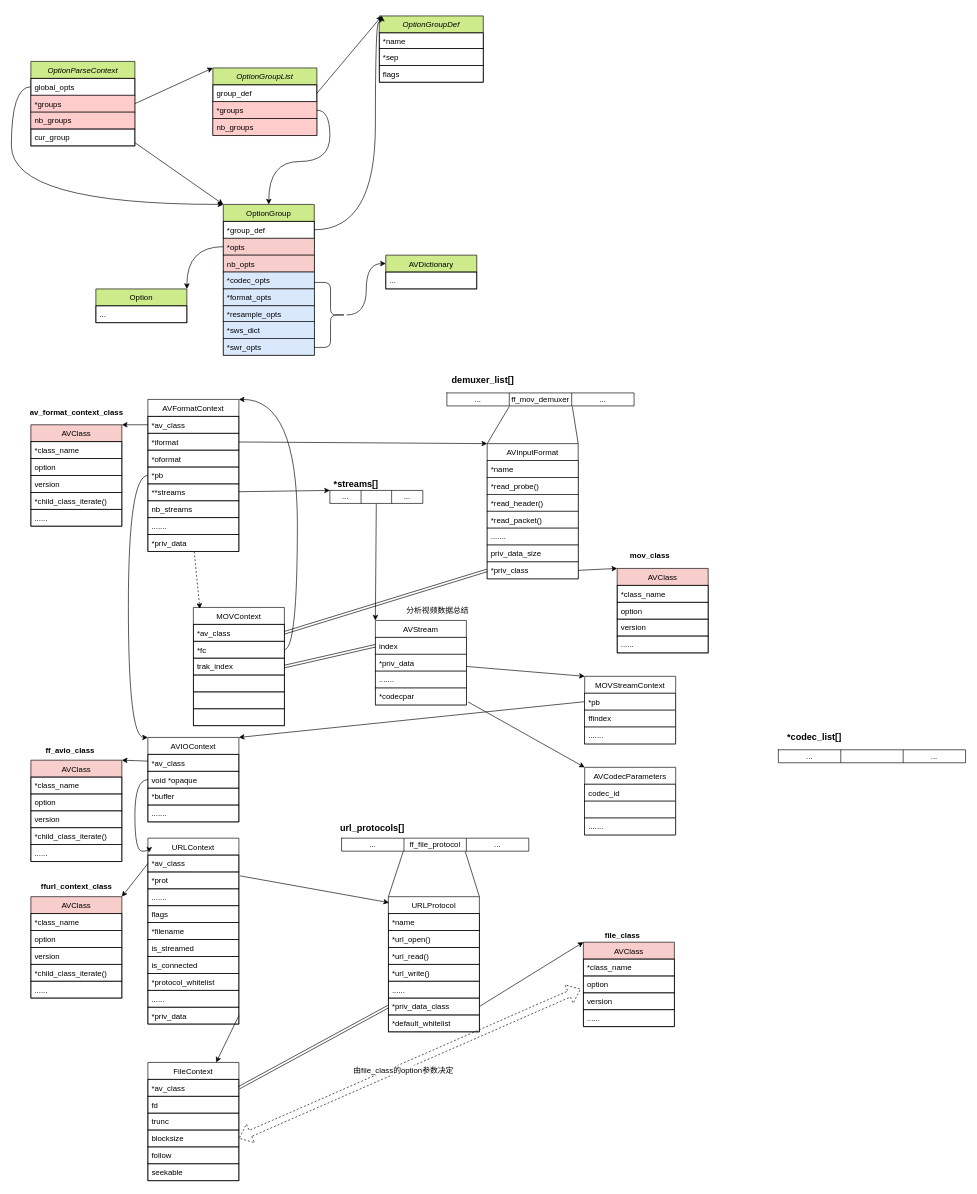
Earlier version of the draw.io diagram ffmpeg.drawio (qiaoshouxing/draw.io). Source tidied: cells renumbered, new cells numbered last; positions are measured from the earlier drawing's top-left corner, leaving out a move shared by most shapes. Both pictures are drawn from the tidied source at 65%, with x=0, y=0 at pixel (11, 16).
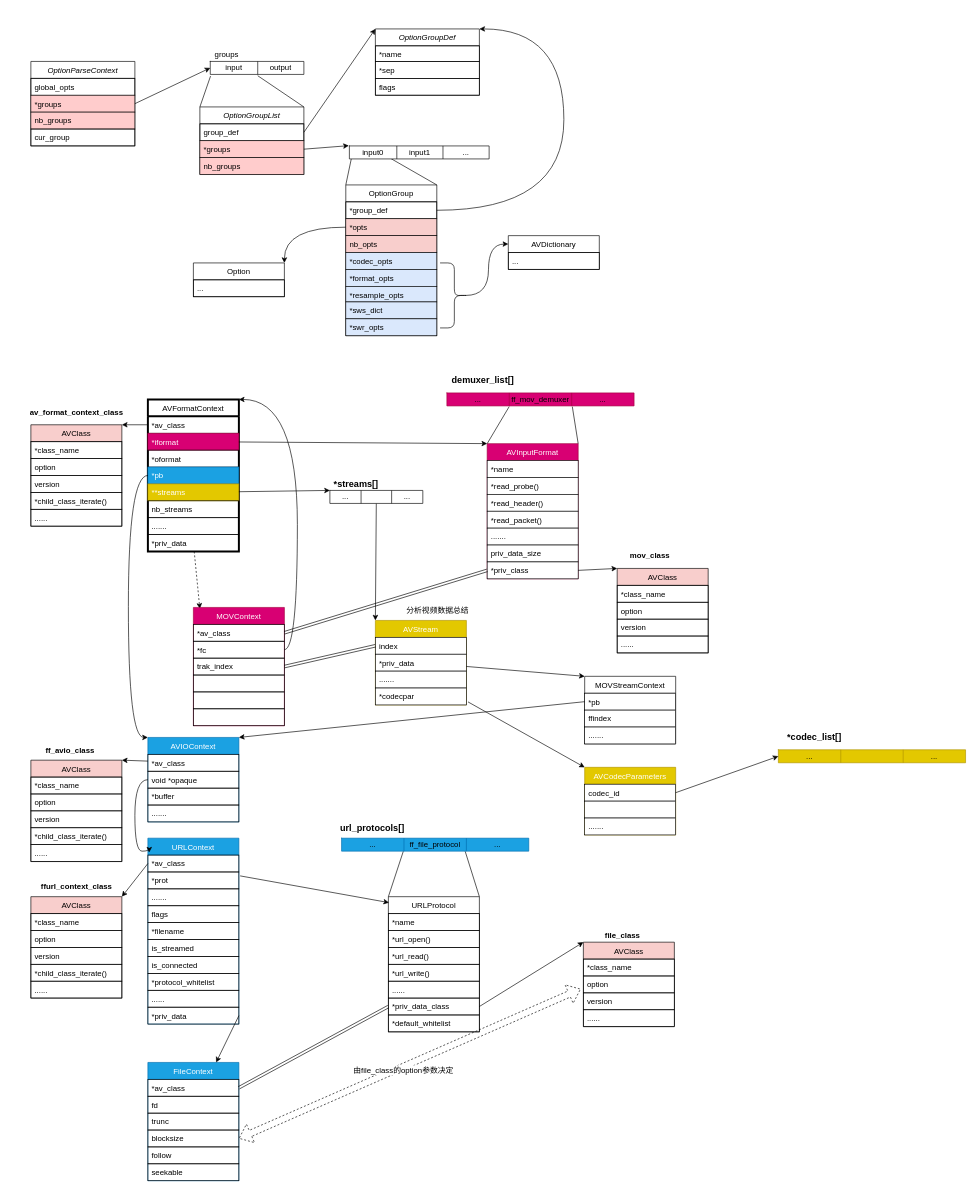
The same diagram, later.

The change refers to these unchanged cells:
```xml
<mxCell id="3" value="global_opts" style="text;align=left;verticalAlign=top;spacingLeft=4;spacingRight=4;overflow=hidden;points=[[0,0.5],[1,0.5]];portConstraint=eastwest;strokeColor=#000000;" parent="2" vertex="1">
  <mxGeometry y="26" width="160" height="26" as="geometry" />
</mxCell>
<mxCell id="4" value="*groups" style="text;align=left;verticalAlign=top;spacingLeft=4;spacingRight=4;overflow=hidden;points=[[0,0.5],[1,0.5]];portConstraint=eastwest;rounded=0;shadow=0;html=0;fillColor=#ffcccc;strokeColor=#000000;" parent="2" vertex="1">
  <mxGeometry y="52" width="160" height="26" as="geometry" />
</mxCell>
<mxCell id="8" value="group_def" style="text;align=left;verticalAlign=top;spacingLeft=4;spacingRight=4;overflow=hidden;points=[[0,0.5],[1,0.5]];portConstraint=eastwest;strokeColor=#000000;" parent="7" vertex="1">
  <mxGeometry y="26" width="160" height="26" as="geometry" />
</mxCell>
<mxCell id="9" value="*groups" style="text;align=left;verticalAlign=top;spacingLeft=4;spacingRight=4;overflow=hidden;points=[[0,0.5],[1,0.5]];portConstraint=eastwest;rounded=0;shadow=0;html=0;fillColor=#ffcccc;strokeColor=#000000;" parent="7" vertex="1">
  <mxGeometry y="52" width="160" height="26" as="geometry" />
</mxCell>
<mxCell id="13" value="*group_def" style="text;fillColor=none;align=left;verticalAlign=top;spacingLeft=4;spacingRight=4;overflow=hidden;points=[[0,0.5],[1,0.5]];portConstraint=eastwest;strokeColor=#000000;" parent="12" vertex="1">
  <mxGeometry y="26" width="140" height="26" as="geometry" />
</mxCell>
<mxCell id="178" value="codec_id" style="text;align=left;verticalAlign=top;spacingLeft=4;spacingRight=4;overflow=hidden;points=[[0,0.5],[1,0.5]];portConstraint=eastwest;fillColor=#ffffff;strokeColor=#000000;" parent="177" vertex="1">
  <mxGeometry y="26" width="140" height="26" as="geometry" />
</mxCell>
<mxCell id="184" style="shape=partialRectangle;html=1;whiteSpace=wrap;fillColor=none;top=0;left=0;bottom=0;right=0;points=[[0,0.5],[1,0.5]];portConstraint=eastwest;" parent="183" vertex="1">
  <mxGeometry width="288" height="20" as="geometry" />
</mxCell>
```

Change to the diagram source:
```diff
@@
-    <mxCell id="2" value="OptionParseContext" style="swimlane;fontStyle=2;align=center;verticalAlign=top;horizontal=1;startSize=26;rounded=0;shadow=0;strokeWidth=1;fillColor=#cdeb8b;" parent="1" vertex="1">
+    <mxCell id="2" value="OptionParseContext" style="swimlane;fontStyle=2;align=center;verticalAlign=top;horizontal=1;startSize=26;rounded=0;shadow=0;strokeWidth=1;fillColor=none;" parent="1" vertex="1">
       <mxGeometry x="30" y="70" width="160" height="130" as="geometry" />
     </mxCell>
@@
-    <mxCell id="7" value="OptionGroupList" style="swimlane;fontStyle=2;align=center;verticalAlign=top;horizontal=1;startSize=26;rounded=0;shadow=0;strokeWidth=1;fillColor=#cdeb8b;" parent="1" vertex="1">
-      <mxGeometry x="310" y="80" width="160" height="104" as="geometry" />
+    <mxCell id="7" value="OptionGroupList" style="swimlane;fontStyle=2;align=center;verticalAlign=top;horizontal=1;startSize=26;rounded=0;shadow=0;strokeWidth=1;fillColor=none;" parent="1" vertex="1">
+      <mxGeometry x="290" y="140" width="160" height="104" as="geometry" />
     </mxCell>
@@
-    <mxCell id="11" style="rounded=0;jettySize=auto;html=1;entryX=0;entryY=0;entryDx=0;entryDy=0;exitX=1;exitY=0.5;exitDx=0;exitDy=0;" parent="1" edge="1" source="4" target="7">
+    <mxCell id="11" style="rounded=0;jettySize=auto;html=1;exitX=1;exitY=0.5;exitDx=0;exitDy=0;entryX=0;entryY=0.5;entryDx=0;entryDy=0;" parent="1" edge="1" source="4" target="193">
       <mxGeometry relative="1" as="geometry" />
     </mxCell>
-    <mxCell id="12" value="OptionGroup" style="swimlane;fontStyle=0;horizontal=1;startSize=26;fillColor=#cdeb8b;" parent="1" vertex="1">
-      <mxGeometry x="326" y="290" width="140" height="232" as="geometry" />
+    <mxCell id="12" value="OptionGroup" style="swimlane;fontStyle=0;horizontal=1;startSize=26;fillColor=none;" parent="1" vertex="1">
+      <mxGeometry x="514.5" y="260" width="140" height="232" as="geometry" />
     </mxCell>
@@
-    <mxCell id="21" style="edgeStyle=orthogonalEdgeStyle;rounded=0;jettySize=auto;html=1;entryX=0.5;entryY=0;entryDx=0;entryDy=0;exitX=1;exitY=0.5;exitDx=0;exitDy=0;curved=1;" parent="1" edge="1" source="9" target="12">
+    <mxCell id="21" style="rounded=0;jettySize=auto;html=1;exitX=1;exitY=0.5;exitDx=0;exitDy=0;entryX=-0.004;entryY=-0.021;entryDx=0;entryDy=0;entryPerimeter=0;" parent="1" edge="1" source="9" target="201">
       <mxGeometry relative="1" as="geometry" />
     </mxCell>
-    <mxCell id="22" value="AVDictionary" style="swimlane;fontStyle=0;horizontal=1;startSize=26;fillColor=#cdeb8b;" parent="1" vertex="1">
-      <mxGeometry x="576" y="368" width="140" height="52" as="geometry" />
+    <mxCell id="22" value="AVDictionary" style="swimlane;fontStyle=0;horizontal=1;startSize=26;fillColor=none;" parent="1" vertex="1">
+      <mxGeometry x="764.5" y="338" width="140" height="52" as="geometry" />
     </mxCell>
@@
-    <mxCell id="24" style="edgeStyle=orthogonalEdgeStyle;curved=1;rounded=0;jettySize=auto;html=1;entryX=0;entryY=0.25;entryDx=0;entryDy=0;" parent="1" edge="1" source="25" target="22">
+    <mxCell id="24" style="edgeStyle=orthogonalEdgeStyle;curved=1;rounded=0;jettySize=auto;html=1;entryX=0;entryY=0.25;entryDx=0;entryDy=0;exitX=0.1;exitY=0.5;exitDx=0;exitDy=0;exitPerimeter=0;" parent="1" edge="1" source="25" target="22">
       <mxGeometry relative="1" as="geometry" />
     </mxCell>
     <mxCell id="25" style="shape=curlyBracket;whiteSpace=wrap;html=1;rounded=1;fillColor=#ffffff;rotation=-180;" parent="1" vertex="1">
-      <mxGeometry x="466" y="410" width="50" height="100" as="geometry" />
+      <mxGeometry x="659.5" y="380" width="44" height="100" as="geometry" />
     </mxCell>
-    <mxCell id="26" value="Option" style="swimlane;fontStyle=0;horizontal=1;startSize=26;fillColor=#cdeb8b;" parent="1" vertex="1">
-      <mxGeometry x="130" y="420" width="140" height="52" as="geometry" />
+    <mxCell id="26" value="Option" style="swimlane;fontStyle=0;horizontal=1;startSize=26;fillColor=none;" parent="1" vertex="1">
+      <mxGeometry x="280" y="380" width="140" height="52" as="geometry" />
     </mxCell>
@@
-    <mxCell id="29" style="rounded=0;jettySize=auto;html=1;entryX=0;entryY=0;entryDx=0;entryDy=0;exitX=1;exitY=0.5;exitDx=0;exitDy=0;" parent="1" edge="1" target="12">
-      <mxGeometry relative="1" as="geometry">
-        <mxPoint x="190" y="195" as="sourcePoint" />
-      </mxGeometry>
-    </mxCell>
-    <mxCell id="30" value="OptionGroupDef" style="swimlane;fontStyle=2;align=center;verticalAlign=top;horizontal=1;startSize=26;rounded=0;shadow=0;strokeWidth=1;fillColor=#cdeb8b;" parent="1" vertex="1">
-      <mxGeometry x="566" width="160" height="102" as="geometry" />
+    <mxCell id="30" value="OptionGroupDef" style="swimlane;fontStyle=2;align=center;verticalAlign=top;horizontal=1;startSize=26;rounded=0;shadow=0;strokeWidth=1;fillColor=none;" parent="1" vertex="1">
+      <mxGeometry x="560" y="20" width="160" height="102" as="geometry" />
     </mxCell>
@@
-    <mxCell id="34" style="edgeStyle=none;rounded=0;jettySize=auto;html=1;exitX=1;exitY=0.5;exitDx=0;exitDy=0;" parent="1" edge="1" source="8">
-      <mxGeometry relative="1" as="geometry">
-        <mxPoint x="570" as="targetPoint" />
-      </mxGeometry>
+    <mxCell id="34" style="edgeStyle=none;rounded=0;jettySize=auto;html=1;exitX=1;exitY=0.5;exitDx=0;exitDy=0;entryX=0;entryY=0;entryDx=0;entryDy=0;" parent="1" edge="1" source="8" target="30">
+      <mxGeometry relative="1" as="geometry" />
     </mxCell>
-    <mxCell id="35" style="edgeStyle=orthogonalEdgeStyle;rounded=0;jettySize=auto;html=1;exitX=1;exitY=0.5;exitDx=0;exitDy=0;curved=1;" parent="1" edge="1" source="13">
-      <mxGeometry relative="1" as="geometry">
-        <mxPoint x="570" as="targetPoint" />
-        <Array as="points">
-          <mxPoint x="560" y="329" />
-          <mxPoint x="560" y="10" />
-          <mxPoint x="570" y="10" />
-        </Array>
-      </mxGeometry>
-    </mxCell>
-    <mxCell id="36" style="edgeStyle=orthogonalEdgeStyle;curved=1;rounded=0;jettySize=auto;html=1;entryX=0;entryY=0;entryDx=0;entryDy=0;exitX=0;exitY=0.5;exitDx=0;exitDy=0;" parent="1" edge="1" source="3" target="12">
-      <mxGeometry relative="1" as="geometry">
-        <Array as="points">
-          <mxPoint y="109" />
-          <mxPoint y="290" />
-        </Array>
-      </mxGeometry>
-    </mxCell>
-    <mxCell id="37" value="URLContext" style="swimlane;fontStyle=0;horizontal=1;startSize=26;fillColor=none;" parent="1" vertex="1">
+    <mxCell id="37" value="URLContext" style="swimlane;fontStyle=0;horizontal=1;startSize=26;fillColor=#1ba1e2;strokeColor=#006EAF;fontColor=#ffffff;" parent="1" vertex="1">
       <mxGeometry x="210" y="1265" width="140" height="286" as="geometry" />
     </mxCell>
@@
-    <mxCell id="64" value="AVIOContext" style="swimlane;fontStyle=0;horizontal=1;startSize=26;fillColor=none;" parent="1" vertex="1">
+    <mxCell id="64" value="AVIOContext" style="swimlane;fontStyle=0;horizontal=1;startSize=26;fillColor=#1ba1e2;strokeColor=#006EAF;fontColor=#ffffff;" parent="1" vertex="1">
       <mxGeometry x="210" y="1110" width="140" height="130" as="geometry" />
     </mxCell>
@@
-    <mxCell id="79" value="AVFormatContext" style="swimlane;fontStyle=0;horizontal=1;startSize=26;fillColor=none;" parent="1" vertex="1">
+    <mxCell id="79" value="AVFormatContext" style="swimlane;fontStyle=0;horizontal=1;startSize=26;rounded=0;glass=0;strokeWidth=3;fontSize=12;labelBackgroundColor=none;" parent="1" vertex="1">
       <mxGeometry x="210" y="590" width="140" height="234" as="geometry" />
     </mxCell>
@@
-    <mxCell id="81" value="*iformat" style="text;fillColor=none;align=left;verticalAlign=top;spacingLeft=4;spacingRight=4;overflow=hidden;points=[[0,0.5],[1,0.5]];portConstraint=eastwest;strokeColor=#000000;" parent="79" vertex="1">
+    <mxCell id="81" value="*iformat" style="text;fillColor=#d80073;align=left;verticalAlign=top;spacingLeft=4;spacingRight=4;overflow=hidden;points=[[0,0.5],[1,0.5]];portConstraint=eastwest;strokeColor=#A50040;fontColor=#ffffff;" parent="79" vertex="1">
       <mxGeometry y="52" width="140" height="26" as="geometry" />
     </mxCell>
@@
-    <mxCell id="83" value="*pb" style="text;fillColor=none;align=left;verticalAlign=top;spacingLeft=4;spacingRight=4;overflow=hidden;points=[[0,0.5],[1,0.5]];portConstraint=eastwest;strokeColor=#000000;" parent="79" vertex="1">
+    <mxCell id="83" value="*pb" style="text;fillColor=#1ba1e2;align=left;verticalAlign=top;spacingLeft=4;spacingRight=4;overflow=hidden;points=[[0,0.5],[1,0.5]];portConstraint=eastwest;strokeColor=#006EAF;fontColor=#ffffff;" parent="79" vertex="1">
       <mxGeometry y="104" width="140" height="26" as="geometry" />
     </mxCell>
-    <mxCell id="84" value="**streams" style="text;fillColor=none;align=left;verticalAlign=top;spacingLeft=4;spacingRight=4;overflow=hidden;points=[[0,0.5],[1,0.5]];portConstraint=eastwest;strokeColor=#000000;" parent="79" vertex="1">
+    <mxCell id="84" value="**streams" style="text;fillColor=#e3c800;align=left;verticalAlign=top;spacingLeft=4;spacingRight=4;overflow=hidden;points=[[0,0.5],[1,0.5]];portConstraint=eastwest;strokeColor=#B09500;fontColor=#ffffff;" parent="79" vertex="1">
       <mxGeometry y="130" width="140" height="26" as="geometry" />
     </mxCell>
@@
-    <mxCell id="89" value="AVInputFormat" style="swimlane;fontStyle=0;horizontal=1;startSize=26;" parent="1" vertex="1">
+    <mxCell id="89" value="AVInputFormat" style="swimlane;fontStyle=0;horizontal=1;startSize=26;fillColor=#d80073;strokeColor=#A50040;fontColor=#ffffff;" parent="1" vertex="1">
       <mxGeometry x="732" y="658" width="140" height="208" as="geometry" />
     </mxCell>
@@
-    <mxCell id="113" style="shape=table;html=1;whiteSpace=wrap;startSize=0;childLayout=tableLayout;fillColor=#ffffff;" parent="1" vertex="1">
+    <mxCell id="113" style="shape=table;html=1;whiteSpace=wrap;startSize=0;childLayout=tableLayout;fillColor=#d80073;strokeColor=#A50040;fontColor=#ffffff;" parent="1" vertex="1">
       <mxGeometry x="670" y="580" width="288" height="20" as="geometry" />
     </mxCell>
@@
-    <mxCell id="121" style="shape=table;html=1;whiteSpace=wrap;startSize=0;childLayout=tableLayout;fillColor=#ffffff;" parent="1" vertex="1">
+    <mxCell id="121" style="shape=table;html=1;whiteSpace=wrap;startSize=0;childLayout=tableLayout;fillColor=#1ba1e2;strokeColor=#006EAF;fontColor=#ffffff;" parent="1" vertex="1">
       <mxGeometry x="508" y="1265" width="288" height="20" as="geometry" />
     </mxCell>
@@
-    <mxCell id="129" value="FileContext" style="swimlane;fontStyle=0;horizontal=1;startSize=26;fillColor=none;" parent="1" vertex="1">
+    <mxCell id="129" value="FileContext" style="swimlane;fontStyle=0;horizontal=1;startSize=26;fillColor=#1ba1e2;strokeColor=#006EAF;fontColor=#ffffff;" parent="1" vertex="1">
       <mxGeometry x="210" y="1610" width="140" height="182" as="geometry" />
     </mxCell>
@@
-    <mxCell id="148" value="MOVContext" style="swimlane;fontStyle=0;horizontal=1;startSize=26;fillColor=none;" parent="1" vertex="1">
+    <mxCell id="148" value="MOVContext" style="swimlane;fontStyle=0;horizontal=1;startSize=26;fillColor=#d80073;strokeColor=#A50040;fontColor=#ffffff;" parent="1" vertex="1">
       <mxGeometry x="280" y="910" width="140" height="182" as="geometry" />
     </mxCell>
@@
-    <mxCell id="164" value="AVStream" style="swimlane;fontStyle=0;horizontal=1;startSize=26;" parent="1" vertex="1">
+    <mxCell id="164" value="AVStream" style="swimlane;fontStyle=0;horizontal=1;startSize=26;fillColor=#e3c800;strokeColor=#B09500;fontColor=#ffffff;" parent="1" vertex="1">
       <mxGeometry x="560" y="930" width="140" height="130" as="geometry" />
     </mxCell>
@@
-    <mxCell id="177" value="AVCodecParameters" style="swimlane;fontStyle=0;horizontal=1;startSize=26;" parent="1" vertex="1">
+    <mxCell id="177" value="AVCodecParameters" style="swimlane;fontStyle=0;horizontal=1;startSize=26;fillColor=#e3c800;strokeColor=#B09500;fontColor=#ffffff;" parent="1" vertex="1">
       <mxGeometry x="882" y="1156" width="140" height="104" as="geometry" />
     </mxCell>
@@
-    <mxCell id="183" style="shape=table;html=1;whiteSpace=wrap;startSize=0;childLayout=tableLayout;fillColor=#ffffff;" parent="1" vertex="1">
+    <mxCell id="183" style="shape=table;html=1;whiteSpace=wrap;startSize=0;childLayout=tableLayout;fillColor=#e3c800;strokeColor=#B09500;fontColor=#ffffff;" parent="1" vertex="1">
       <mxGeometry x="1180" y="1129" width="288" height="20" as="geometry" />
     </mxCell>
@@
+    <mxCell id="189" style="edgeStyle=none;rounded=0;jettySize=auto;html=1;entryX=0;entryY=0.5;entryDx=0;entryDy=0;startArrow=none;startFill=0;endArrow=classic;endFill=1;strokeColor=#000000;strokeWidth=1;fontSize=12;exitX=1;exitY=0.5;exitDx=0;exitDy=0;" parent="1" edge="1" source="178" target="184">
+      <mxGeometry relative="1" as="geometry" />
+    </mxCell>
+    <mxCell id="190" style="edgeStyle=none;rounded=0;jettySize=auto;html=1;entryX=0;entryY=0;entryDx=0;entryDy=0;startArrow=none;startFill=0;endArrow=none;endFill=0;strokeColor=#000000;strokeWidth=1;fontSize=12;fontColor=none;exitX=0.003;exitY=1.126;exitDx=0;exitDy=0;exitPerimeter=0;" parent="1" edge="1" source="193" target="7">
+      <mxGeometry relative="1" as="geometry" />
+    </mxCell>
+    <mxCell id="191" style="edgeStyle=none;rounded=0;jettySize=auto;html=1;entryX=1;entryY=0;entryDx=0;entryDy=0;startArrow=none;startFill=0;endArrow=none;endFill=0;strokeColor=#000000;strokeWidth=1;fontSize=12;fontColor=none;" parent="1" edge="1" target="7">
+      <mxGeometry relative="1" as="geometry">
+        <mxPoint x="379" y="92" as="sourcePoint" />
+      </mxGeometry>
+    </mxCell>
+    <mxCell id="192" style="shape=table;html=1;whiteSpace=wrap;startSize=0;childLayout=tableLayout;fillColor=#ffffff;" parent="1" vertex="1">
+      <mxGeometry x="306" y="70" width="144" height="20" as="geometry" />
+    </mxCell>
+    <mxCell id="193" style="shape=partialRectangle;html=1;whiteSpace=wrap;fillColor=none;top=0;left=0;bottom=0;right=0;points=[[0,0.5],[1,0.5]];portConstraint=eastwest;" parent="192" vertex="1">
+      <mxGeometry width="144" height="20" as="geometry" />
+    </mxCell>
+    <mxCell id="194" value="input" style="shape=partialRectangle;html=1;whiteSpace=wrap;fillColor=none;top=0;left=0;bottom=0;right=0;overflow=hidden;" parent="193" vertex="1">
+      <mxGeometry width="73" height="20" as="geometry" />
+    </mxCell>
+    <mxCell id="195" value="output" style="shape=partialRectangle;html=1;whiteSpace=wrap;fillColor=none;top=0;left=0;bottom=0;right=0;overflow=hidden;" parent="193" vertex="1">
+      <mxGeometry x="73" width="71" height="20" as="geometry" />
+    </mxCell>
+    <mxCell id="196" value="groups" style="text;html=1;align=center;verticalAlign=middle;fontSize=12;fontColor=none;" parent="1" vertex="1">
+      <mxGeometry x="306" y="50" width="50" height="20" as="geometry" />
+    </mxCell>
+    <mxCell id="197" style="edgeStyle=none;rounded=0;orthogonalLoop=1;jettySize=auto;html=1;exitX=0.5;exitY=0;exitDx=0;exitDy=0;startArrow=none;startFill=0;endArrow=none;endFill=0;strokeColor=#000000;strokeWidth=1;fontSize=12;fontColor=none;" parent="1" edge="1" source="12" target="12">
+      <mxGeometry relative="1" as="geometry" />
+    </mxCell>
+    <mxCell id="198" style="edgeStyle=none;rounded=0;jettySize=auto;html=1;entryX=0;entryY=0;entryDx=0;entryDy=0;startArrow=none;startFill=0;endArrow=none;endFill=0;strokeColor=#000000;strokeWidth=1;fontSize=12;fontColor=none;exitX=0.014;exitY=0.979;exitDx=0;exitDy=0;exitPerimeter=0;" parent="1" edge="1" source="201" target="12">
+      <mxGeometry relative="1" as="geometry" />
+    </mxCell>
+    <mxCell id="199" style="edgeStyle=none;rounded=0;jettySize=auto;html=1;entryX=1;entryY=0;entryDx=0;entryDy=0;startArrow=none;startFill=0;endArrow=none;endFill=0;strokeColor=#000000;strokeWidth=1;fontSize=12;fontColor=none;exitX=0.298;exitY=0.979;exitDx=0;exitDy=0;exitPerimeter=0;" parent="1" edge="1" source="201" target="12">
+      <mxGeometry relative="1" as="geometry" />
+    </mxCell>
+    <mxCell id="200" style="shape=table;html=1;whiteSpace=wrap;startSize=0;childLayout=tableLayout;fillColor=#ffffff;" parent="1" vertex="1">
+      <mxGeometry x="520" y="200" width="215" height="20" as="geometry" />
+    </mxCell>
+    <mxCell id="201" style="shape=partialRectangle;html=1;whiteSpace=wrap;fillColor=none;top=0;left=0;bottom=0;right=0;points=[[0,0.5],[1,0.5]];portConstraint=eastwest;" parent="200" vertex="1">
+      <mxGeometry width="215" height="20" as="geometry" />
+    </mxCell>
+    <mxCell id="202" value="input0" style="shape=partialRectangle;html=1;whiteSpace=wrap;fillColor=none;top=0;left=0;bottom=0;right=0;overflow=hidden;" parent="201" vertex="1">
+      <mxGeometry width="73" height="20" as="geometry" />
+    </mxCell>
+    <mxCell id="203" value="input1" style="shape=partialRectangle;html=1;whiteSpace=wrap;fillColor=none;top=0;left=0;bottom=0;right=0;overflow=hidden;" parent="201" vertex="1">
+      <mxGeometry x="73" width="71" height="20" as="geometry" />
+    </mxCell>
+    <mxCell id="204" value="..." style="shape=partialRectangle;html=1;whiteSpace=wrap;fillColor=none;top=0;left=0;bottom=0;right=0;overflow=hidden;" parent="201" vertex="1">
+      <mxGeometry x="144" width="71" height="20" as="geometry" />
+    </mxCell>
+    <mxCell id="205" style="edgeStyle=orthogonalEdgeStyle;rounded=0;jettySize=auto;html=1;entryX=1;entryY=0;entryDx=0;entryDy=0;startArrow=none;startFill=0;endArrow=classic;endFill=1;strokeColor=#000000;strokeWidth=1;fontSize=12;fontColor=none;exitX=1;exitY=0.5;exitDx=0;exitDy=0;curved=1;" parent="1" edge="1" source="13" target="30">
+      <mxGeometry relative="1" as="geometry">
+        <Array as="points">
+          <mxPoint x="850" y="299" />
+          <mxPoint x="850" y="20" />
+        </Array>
+      </mxGeometry>
+    </mxCell>
```
